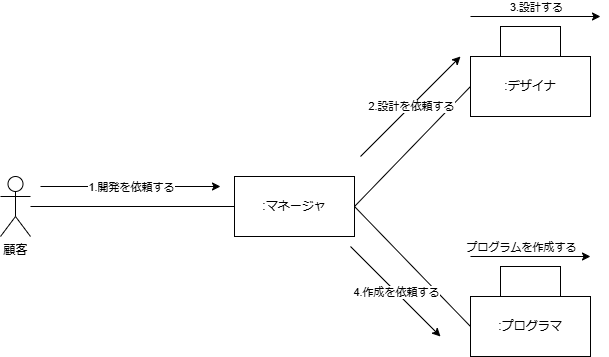
Earlier version of the draw.io export lesson 06-1 comunication.drawio.png (kenboasakura/UML_GettingStarted). Source tidied: cells renumbered, new cells last; positions are measured from the earlier drawing's top-left corner, leaving out a move shared by most shapes.
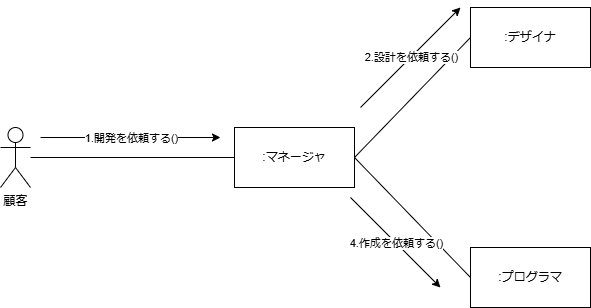
Above is the later version.

The edit, as a diff of the source:
```diff
@@ -29,22 +29,16 @@
         <mxPoint x="220" y="170" as="targetPoint" />
       </mxGeometry>
     </mxCell>
-    <mxCell id="10" value="1.開発を依頼する" style="edgeLabel;html=1;align=center;verticalAlign=middle;" parent="9" vertex="1">
+    <mxCell id="10" value="1.開発を依頼する()" style="edgeLabel;html=1;align=center;verticalAlign=middle;" parent="9" vertex="1">
       <mxGeometry relative="1" as="geometry" />
     </mxCell>
-    <mxCell id="11" style="rounded=0;whiteSpace=wrap;html=1;" parent="1" vertex="1">
-      <mxGeometry x="500" y="250" width="60" height="30" as="geometry" />
-    </mxCell>
-    <mxCell id="12" style="rounded=0;whiteSpace=wrap;html=1;" parent="1" vertex="1">
-      <mxGeometry x="500" y="10" width="60" height="30" as="geometry" />
-    </mxCell>
     <mxCell id="13" style="endArrow=classic;html=1;rounded=0;" parent="1" edge="1">
       <mxGeometry relative="1" as="geometry">
         <mxPoint x="360" y="140" as="sourcePoint" />
         <mxPoint x="460" y="40" as="targetPoint" />
       </mxGeometry>
     </mxCell>
-    <mxCell id="14" value="2.設計を依頼する" style="edgeLabel;html=1;align=center;verticalAlign=middle;" parent="13" vertex="1">
+    <mxCell id="14" value="2.設計を依頼する()" style="edgeLabel;html=1;align=center;verticalAlign=middle;" parent="13" vertex="1">
       <mxGeometry relative="1" as="geometry" />
     </mxCell>
     <mxCell id="15" style="endArrow=classic;html=1;rounded=0;" parent="1" edge="1">
@@ -53,30 +47,8 @@
         <mxPoint x="440" y="320" as="targetPoint" />
       </mxGeometry>
     </mxCell>
-    <mxCell id="16" value="4.作成を依頼する" style="edgeLabel;html=1;align=center;verticalAlign=middle;" parent="15" vertex="1">
+    <mxCell id="16" value="4.作成を依頼する()" style="edgeLabel;html=1;align=center;verticalAlign=middle;" parent="15" vertex="1">
       <mxGeometry relative="1" as="geometry" />
     </mxCell>
-    <mxCell id="17" style="endArrow=classic;html=1;rounded=0;" parent="1" edge="1">
-      <mxGeometry relative="1" as="geometry">
-        <mxPoint x="470" y="240" as="sourcePoint" />
-        <mxPoint x="590" y="240" as="targetPoint" />
-      </mxGeometry>
-    </mxCell>
-    <mxCell id="18" value="プログラムを作成する" style="edgeLabel;html=1;align=center;verticalAlign=middle;" parent="17" vertex="1">
-      <mxGeometry relative="1" as="geometry">
-        <mxPoint x="-10" y="-10" as="offset" />
-      </mxGeometry>
-    </mxCell>
-    <mxCell id="19" style="endArrow=classic;html=1;rounded=0;" parent="1" edge="1">
-      <mxGeometry relative="1" as="geometry">
-        <mxPoint x="470" as="sourcePoint" />
-        <mxPoint x="600" as="targetPoint" />
-      </mxGeometry>
-    </mxCell>
-    <mxCell id="20" value="3.設計する" style="edgeLabel;html=1;align=center;verticalAlign=middle;" parent="19" vertex="1">
-      <mxGeometry relative="1" as="geometry">
-        <mxPoint y="-10" as="offset" />
-      </mxGeometry>
-    </mxCell>
   </root>
 </mxGraphModel>
```
